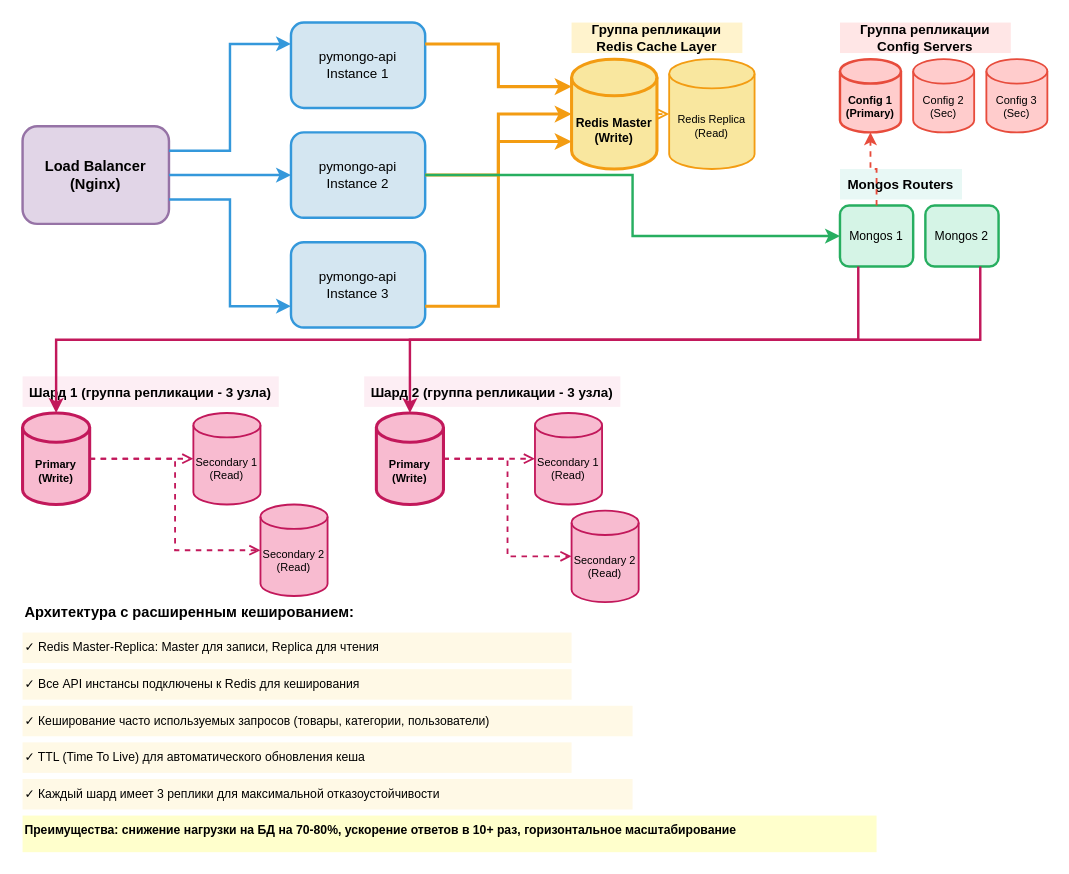
Above: task1/black-friday-1.3.drawio in hendricson/architecture-pro-black_friday (draw.io), before the change. Source tidied: cells renumbered, new cells numbered last; positions are measured from the earlier drawing's top-left corner, leaving out a move shared by most shapes. Both pictures are drawn from the tidied source at 122%, with x=0, y=0 at pixel (22, 22).
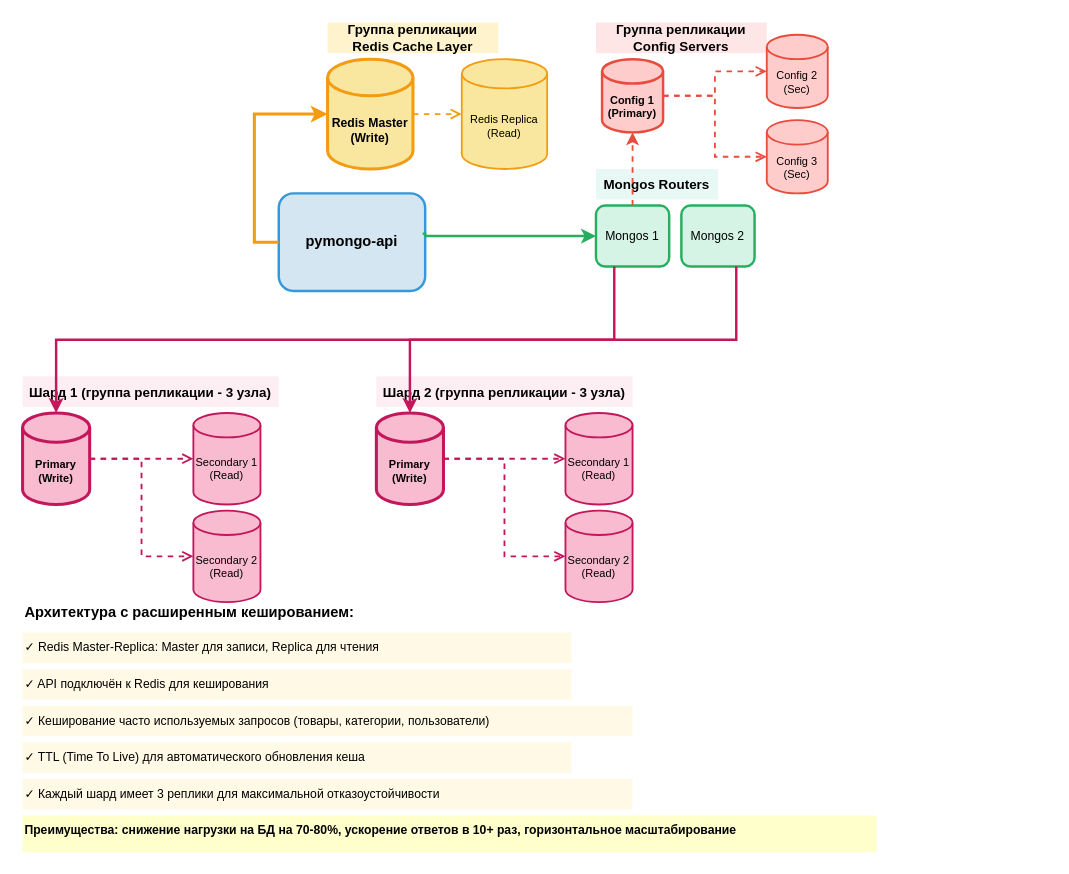
The same page after the edit.

The edit, as a diff of the source:
```diff
@@
-    <mxCell id="2" value="Load Balancer&#10;(Nginx)" style="rounded=1;whiteSpace=wrap;html=1;fillColor=#e1d5e7;strokeColor=#9673a6;strokeWidth=2;fontSize=12;fontStyle=1;" parent="1" vertex="1">
-      <mxGeometry y="85" width="120" height="80" as="geometry" />
-    </mxCell>
-    <mxCell id="3" value="pymongo-api&#10;Instance 1" style="rounded=1;whiteSpace=wrap;html=1;fillColor=#d4e6f1;strokeColor=#3498db;strokeWidth=2;fontSize=11;" parent="1" vertex="1">
-      <mxGeometry x="220" width="110" height="70" as="geometry" />
+    <mxCell id="3" value="pymongo-api" style="rounded=1;whiteSpace=wrap;html=1;fillColor=#d4e6f1;strokeColor=#3498db;strokeWidth=2;fontSize=12;fontStyle=1;" parent="1" vertex="1">
+      <mxGeometry x="210" y="140" width="120" height="80" as="geometry" />
     </mxCell>
-    <mxCell id="4" value="pymongo-api&#10;Instance 2" style="rounded=1;whiteSpace=wrap;html=1;fillColor=#d4e6f1;strokeColor=#3498db;strokeWidth=2;fontSize=11;" parent="1" vertex="1">
-      <mxGeometry x="220" y="90" width="110" height="70" as="geometry" />
-    </mxCell>
-    <mxCell id="5" value="pymongo-api&#10;Instance 3" style="rounded=1;whiteSpace=wrap;html=1;fillColor=#d4e6f1;strokeColor=#3498db;strokeWidth=2;fontSize=11;" parent="1" vertex="1">
-      <mxGeometry x="220" y="180" width="110" height="70" as="geometry" />
-    </mxCell>
     <mxCell id="6" value="Группа репликации&lt;br&gt;Redis Cache Layer" style="text;html=1;align=center;verticalAlign=middle;whiteSpace=wrap;rounded=0;fontSize=11;fontStyle=1;fillColor=#fff3cd;" parent="1" vertex="1">
-      <mxGeometry x="450" width="140" height="25" as="geometry" />
+      <mxGeometry x="250" width="140" height="25" as="geometry" />
     </mxCell>
     <mxCell id="7" value="Redis Master&#10;(Write)" style="shape=cylinder3;whiteSpace=wrap;html=1;boundedLbl=1;backgroundOutline=1;size=15;fillColor=#f9e79f;strokeColor=#f39c12;strokeWidth=2.5;fontSize=10;fontStyle=1;" parent="1" vertex="1">
-      <mxGeometry x="450" y="30" width="70" height="90" as="geometry" />
+      <mxGeometry x="250" y="30" width="70" height="90" as="geometry" />
     </mxCell>
     <mxCell id="8" value="Redis Replica&#10;(Read)" style="shape=cylinder3;whiteSpace=wrap;html=1;boundedLbl=1;backgroundOutline=1;size=12;fillColor=#f9e79f;strokeColor=#f39c12;strokeWidth=1.5;fontSize=9;" parent="1" vertex="1">
-      <mxGeometry x="530" y="30" width="70" height="90" as="geometry" />
+      <mxGeometry x="360" y="30" width="70" height="90" as="geometry" />
     </mxCell>
@@
     <mxCell id="10" value="Группа репликации&lt;br&gt;Config Servers" style="text;html=1;align=center;verticalAlign=middle;whiteSpace=wrap;rounded=0;fontSize=11;fontStyle=1;fillColor=#ffe6e6;" parent="1" vertex="1">
-      <mxGeometry x="670" width="140" height="25" as="geometry" />
+      <mxGeometry x="470" width="140" height="25" as="geometry" />
     </mxCell>
     <mxCell id="11" value="Config 1&#10;(Primary)" style="shape=cylinder3;whiteSpace=wrap;html=1;boundedLbl=1;backgroundOutline=1;size=10;fillColor=#ffcccc;strokeColor=#e74c3c;strokeWidth=2;fontSize=9;fontStyle=1;" parent="1" vertex="1">
-      <mxGeometry x="670" y="30" width="50" height="60" as="geometry" />
+      <mxGeometry x="475" y="30" width="50" height="60" as="geometry" />
     </mxCell>
     <mxCell id="12" value="Config 2&#10;(Sec)" style="shape=cylinder3;whiteSpace=wrap;html=1;boundedLbl=1;backgroundOutline=1;size=10;fillColor=#ffcccc;strokeColor=#e74c3c;strokeWidth=1.5;fontSize=9;" parent="1" vertex="1">
-      <mxGeometry x="730" y="30" width="50" height="60" as="geometry" />
+      <mxGeometry x="610" y="10" width="50" height="60" as="geometry" />
     </mxCell>
     <mxCell id="13" value="Config 3&#10;(Sec)" style="shape=cylinder3;whiteSpace=wrap;html=1;boundedLbl=1;backgroundOutline=1;size=10;fillColor=#ffcccc;strokeColor=#e74c3c;strokeWidth=1.5;fontSize=9;" parent="1" vertex="1">
-      <mxGeometry x="790" y="30" width="50" height="60" as="geometry" />
+      <mxGeometry x="610" y="80" width="50" height="60" as="geometry" />
     </mxCell>
+    <mxCell id="46" style="edgeStyle=orthogonalEdgeStyle;rounded=0;jettySize=auto;html=1;exitX=1;exitY=0.5;exitDx=0;exitDy=0;entryX=0;entryY=0.5;entryDx=0;entryDy=0;strokeWidth=1.5;strokeColor=#e74c3c;dashed=1;endArrow=open;endFill=0;" parent="1" edge="1" source="11" target="12">
+      <mxGeometry relative="1" as="geometry" />
+    </mxCell>
+    <mxCell id="47" style="edgeStyle=orthogonalEdgeStyle;rounded=0;jettySize=auto;html=1;exitX=1;exitY=0.5;exitDx=0;exitDy=0;entryX=0;entryY=0.5;entryDx=0;entryDy=0;strokeWidth=1.5;strokeColor=#e74c3c;dashed=1;endArrow=open;endFill=0;" parent="1" edge="1" source="11" target="13">
+      <mxGeometry relative="1" as="geometry" />
+    </mxCell>
     <mxCell id="14" value="Mongos Routers" style="text;html=1;align=center;verticalAlign=middle;whiteSpace=wrap;rounded=0;fontSize=11;fontStyle=1;fillColor=#e8f8f5;" parent="1" vertex="1">
-      <mxGeometry x="670" y="120" width="100" height="25" as="geometry" />
+      <mxGeometry x="470" y="120" width="100" height="25" as="geometry" />
     </mxCell>
     <mxCell id="15" value="Mongos 1" style="rounded=1;whiteSpace=wrap;html=1;fillColor=#d5f4e6;strokeColor=#27ae60;strokeWidth=2;fontSize=10;" parent="1" vertex="1">
-      <mxGeometry x="670" y="150" width="60" height="50" as="geometry" />
+      <mxGeometry x="470" y="150" width="60" height="50" as="geometry" />
     </mxCell>
     <mxCell id="16" value="Mongos 2" style="rounded=1;whiteSpace=wrap;html=1;fillColor=#d5f4e6;strokeColor=#27ae60;strokeWidth=2;fontSize=10;" parent="1" vertex="1">
-      <mxGeometry x="740" y="150" width="60" height="50" as="geometry" />
+      <mxGeometry x="540" y="150" width="60" height="50" as="geometry" />
     </mxCell>
@@
     <mxCell id="20" value="Secondary 2&#10;(Read)" style="shape=cylinder3;whiteSpace=wrap;html=1;boundedLbl=1;backgroundOutline=1;size=10;fillColor=#f8bbd0;strokeColor=#c2185b;strokeWidth=1.5;fontSize=9;" parent="1" vertex="1">
-      <mxGeometry x="195" y="395" width="55" height="75" as="geometry" />
+      <mxGeometry x="140" y="400" width="55" height="75" as="geometry" />
     </mxCell>
@@
     <mxCell id="23" value="Шард 2 (группа репликации - 3 узла)" style="text;html=1;align=center;verticalAlign=middle;whiteSpace=wrap;rounded=0;fontSize=11;fontStyle=1;fillColor=#fdeef4;" parent="1" vertex="1">
-      <mxGeometry x="280" y="290" width="210" height="25" as="geometry" />
+      <mxGeometry x="290" y="290" width="210" height="25" as="geometry" />
     </mxCell>
@@
     <mxCell id="25" value="Secondary 1&#10;(Read)" style="shape=cylinder3;whiteSpace=wrap;html=1;boundedLbl=1;backgroundOutline=1;size=10;fillColor=#f8bbd0;strokeColor=#c2185b;strokeWidth=1.5;fontSize=9;" parent="1" vertex="1">
-      <mxGeometry x="420" y="320" width="55" height="75" as="geometry" />
+      <mxGeometry x="445" y="320" width="55" height="75" as="geometry" />
     </mxCell>
     <mxCell id="26" value="Secondary 2&#10;(Read)" style="shape=cylinder3;whiteSpace=wrap;html=1;boundedLbl=1;backgroundOutline=1;size=10;fillColor=#f8bbd0;strokeColor=#c2185b;strokeWidth=1.5;fontSize=9;" parent="1" vertex="1">
-      <mxGeometry x="450" y="400" width="55" height="75" as="geometry" />
+      <mxGeometry x="445" y="400" width="55" height="75" as="geometry" />
     </mxCell>
@@
-    <mxCell id="29" style="edgeStyle=orthogonalEdgeStyle;rounded=0;jettySize=auto;html=1;exitX=1;exitY=0.25;exitDx=0;exitDy=0;entryX=0;entryY=0.25;entryDx=0;entryDy=0;strokeWidth=2;strokeColor=#3498db;" parent="1" edge="1" source="2" target="3">
-      <mxGeometry relative="1" as="geometry" />
-    </mxCell>
-    <mxCell id="30" style="edgeStyle=orthogonalEdgeStyle;rounded=0;jettySize=auto;html=1;exitX=1;exitY=0.5;exitDx=0;exitDy=0;entryX=0;entryY=0.5;entryDx=0;entryDy=0;strokeWidth=2;strokeColor=#3498db;" parent="1" edge="1" source="2" target="4">
-      <mxGeometry relative="1" as="geometry" />
-    </mxCell>
-    <mxCell id="31" style="edgeStyle=orthogonalEdgeStyle;rounded=0;jettySize=auto;html=1;exitX=1;exitY=0.75;exitDx=0;exitDy=0;entryX=0;entryY=0.75;entryDx=0;entryDy=0;strokeWidth=2;strokeColor=#3498db;" parent="1" edge="1" source="2" target="5">
-      <mxGeometry relative="1" as="geometry" />
-    </mxCell>
-    <mxCell id="32" style="edgeStyle=orthogonalEdgeStyle;rounded=0;jettySize=auto;html=1;exitX=1;exitY=0.25;exitDx=0;exitDy=0;entryX=0;entryY=0.25;entryDx=0;entryDy=0;strokeWidth=2.5;strokeColor=#f39c12;" parent="1" edge="1" source="3" target="7">
+    <mxCell id="32" style="edgeStyle=orthogonalEdgeStyle;rounded=0;jettySize=auto;html=1;exitX=0;exitY=0.5;exitDx=0;exitDy=0;entryX=0;entryY=0.5;entryDx=0;entryDy=0;strokeWidth=2.5;strokeColor=#f39c12;" parent="1" edge="1" source="3" target="7">
       <mxGeometry relative="1" as="geometry" />
     </mxCell>
-    <mxCell id="33" style="edgeStyle=orthogonalEdgeStyle;rounded=0;jettySize=auto;html=1;exitX=1;exitY=0.5;exitDx=0;exitDy=0;entryX=0;entryY=0.5;entryDx=0;entryDy=0;strokeWidth=2.5;strokeColor=#f39c12;" parent="1" edge="1" source="4" target="7">
-      <mxGeometry relative="1" as="geometry" />
-    </mxCell>
-    <mxCell id="34" style="edgeStyle=orthogonalEdgeStyle;rounded=0;jettySize=auto;html=1;exitX=1;exitY=0.75;exitDx=0;exitDy=0;entryX=0;entryY=0.75;entryDx=0;entryDy=0;strokeWidth=2.5;strokeColor=#f39c12;" parent="1" edge="1" source="5" target="7">
-      <mxGeometry relative="1" as="geometry" />
-    </mxCell>
-    <mxCell id="35" style="edgeStyle=orthogonalEdgeStyle;rounded=0;jettySize=auto;html=1;exitX=1;exitY=0.5;exitDx=0;exitDy=0;entryX=0;entryY=0.5;entryDx=0;entryDy=0;strokeWidth=2;strokeColor=#27ae60;" parent="1" edge="1" source="4" target="15">
-      <mxGeometry relative="1" as="geometry" />
+    <mxCell id="35" style="edgeStyle=orthogonalEdgeStyle;rounded=0;jettySize=auto;html=1;exitX=0.983;exitY=0.413;exitDx=0;exitDy=0;entryX=0;entryY=0.5;entryDx=0;entryDy=0;strokeWidth=2;strokeColor=#27ae60;exitPerimeter=0;" parent="1" edge="1" source="3" target="15">
+      <mxGeometry relative="1" as="geometry">
+        <Array as="points">
+          <mxPoint x="330" y="173" />
+          <mxPoint x="330" y="175" />
+        </Array>
+      </mxGeometry>
     </mxCell>
@@
-    <mxCell id="41" value="✓ Все API инстансы подключены к Redis для кеширования" style="text;html=1;align=left;verticalAlign=top;whiteSpace=wrap;rounded=0;fontSize=10;fillColor=#fff9e6;" parent="1" vertex="1">
+    <mxCell id="41" value="✓ API подключён к Redis для кеширования" style="text;html=1;align=left;verticalAlign=top;whiteSpace=wrap;rounded=0;fontSize=10;fillColor=#fff9e6;" parent="1" vertex="1">
       <mxGeometry y="530" width="450" height="25" as="geometry" />
     </mxCell>
```
